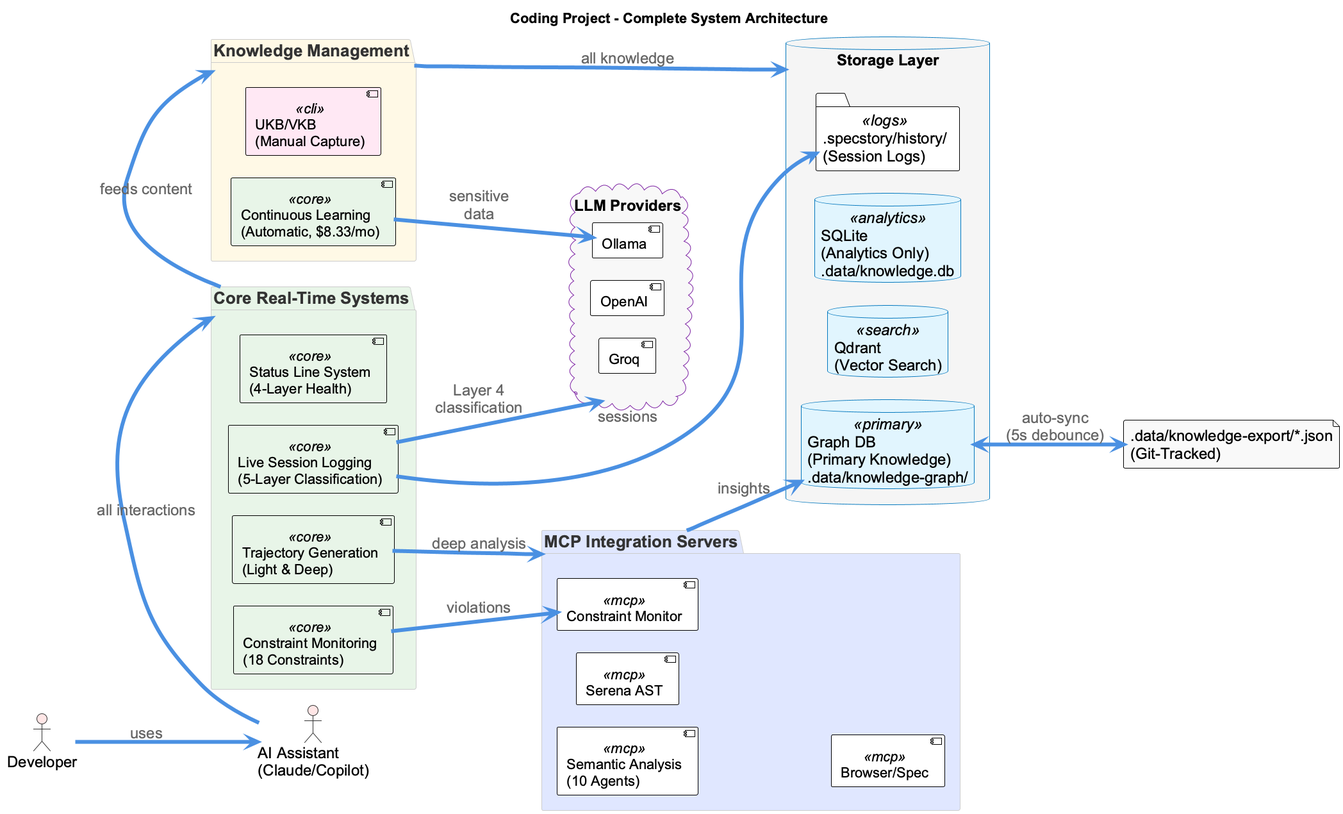
Before: docs/presentation/images/complete-system-overview.png, a diagram exported from PlantUML (fwornle/coding).
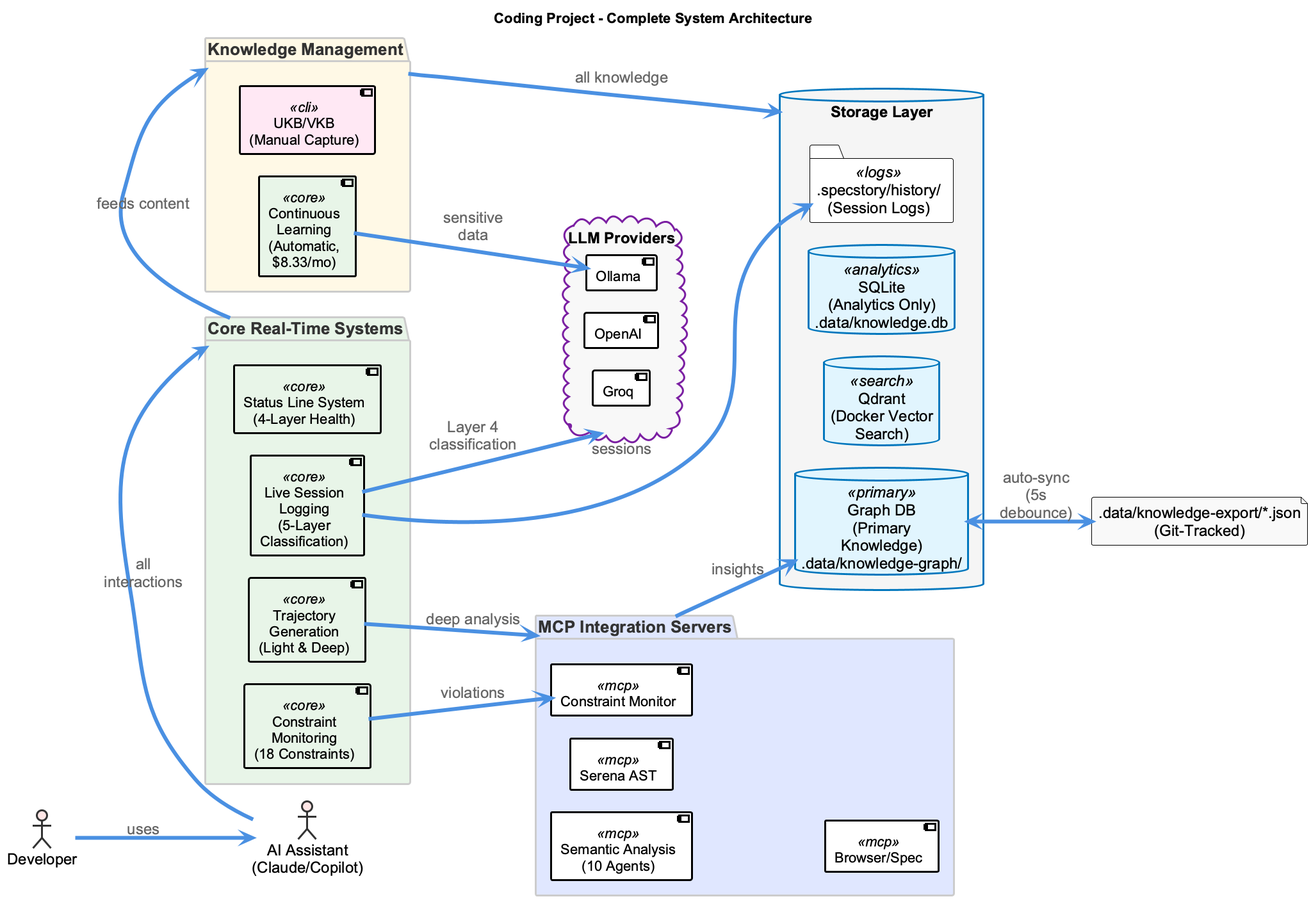
After the change.

What changed in the source:
```diff
@@ -51,7 +51,7 @@
 
 database "Storage Layer" as storage #F5F5F5 {
   database "Graph DB\n(Primary Knowledge)\n.data/knowledge-graph/" as graphdb <<primary>>
-  database "Qdrant\n(Vector Search)" as qdrant <<search>>
+  database "Qdrant\n(Docker Vector Search)" as qdrant <<search>>
   database "SQLite\n(Analytics Only)\n.data/knowledge.db" as sqlite <<analytics>>
   folder ".specstory/history/\n(Session Logs)" as lsl_logs <<logs>>
 }
```
